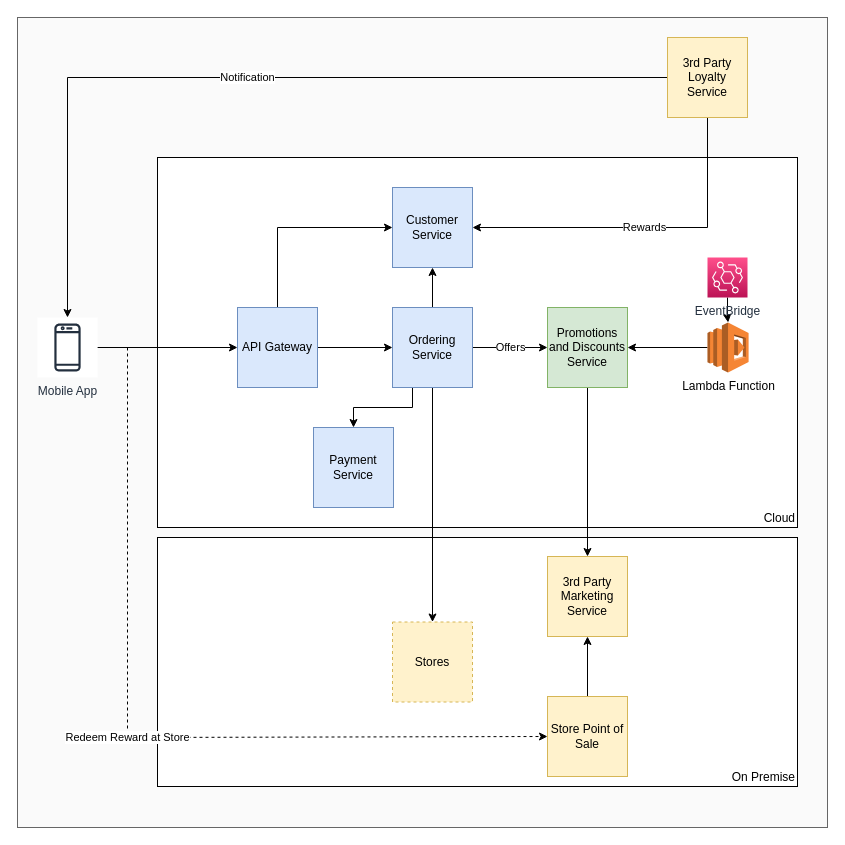
The draw.io diagram PromotionsDiscountsRewards.drawio in ApurvProjects/Diagrams, before the edit. Source tidied: cells renumbered, new cells numbered last; positions are measured from the earlier drawing's top-left corner, leaving out a move shared by most shapes. Both pictures are drawn from the tidied source at 100%, with x=0, y=0 at pixel (17, 17).
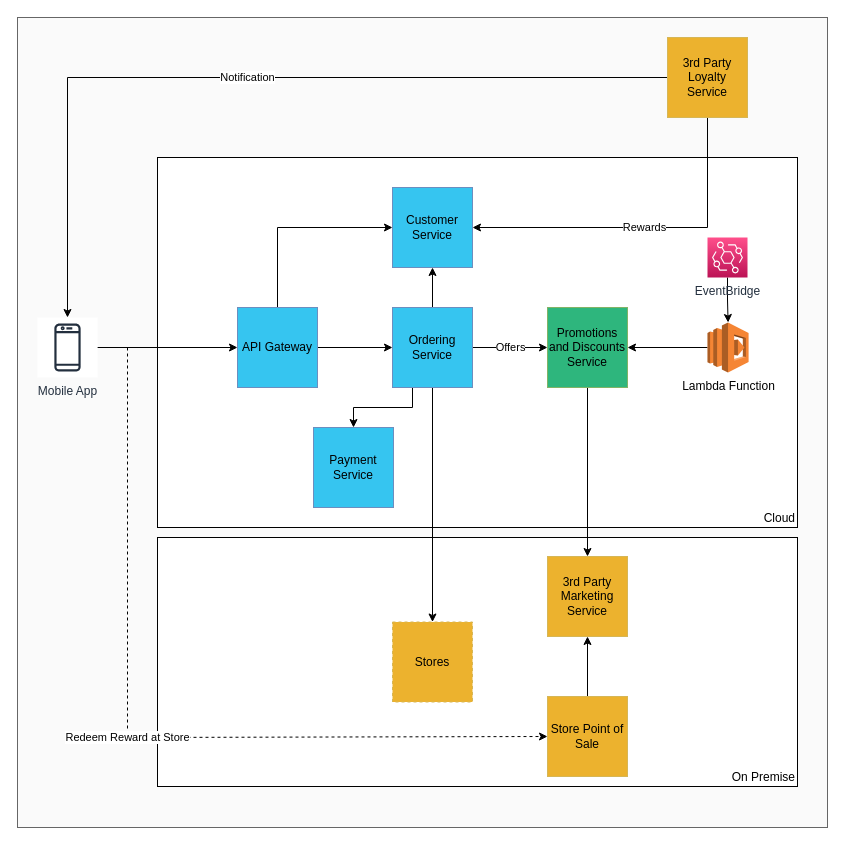
The same diagram, later.

Change to the diagram source:
```diff
@@
-    <mxCell id="10" value="API Gateway" style="whiteSpace=wrap;html=1;fillColor=#dae8fc;strokeColor=#6c8ebf;" parent="1" vertex="1">
+    <mxCell id="10" value="API Gateway" style="whiteSpace=wrap;html=1;fillColor=#36C5F0;strokeColor=#6c8ebf;" parent="1" vertex="1">
       <mxGeometry x="220" y="290" width="80" height="80" as="geometry" />
     </mxCell>
@@
-    <mxCell id="15" value="Ordering Service" style="whiteSpace=wrap;html=1;fillColor=#dae8fc;strokeColor=#6c8ebf;" parent="1" vertex="1">
+    <mxCell id="15" value="Ordering Service" style="whiteSpace=wrap;html=1;fillColor=#36C5F0;strokeColor=#6c8ebf;" parent="1" vertex="1">
       <mxGeometry x="375" y="290" width="80" height="80" as="geometry" />
     </mxCell>
@@
-    <mxCell id="17" value="Promotions and Discounts Service" style="whiteSpace=wrap;html=1;fillColor=#d5e8d4;strokeColor=#82b366;" parent="1" vertex="1">
+    <mxCell id="17" value="Promotions and Discounts Service" style="whiteSpace=wrap;html=1;fillColor=#2eb67d;strokeColor=#82b366;" parent="1" vertex="1">
       <mxGeometry x="530" y="290" width="80" height="80" as="geometry" />
     </mxCell>
-    <mxCell id="18" value="3rd Party Marketing Service" style="whiteSpace=wrap;html=1;fillColor=#fff2cc;strokeColor=#d6b656;" parent="1" vertex="1">
+    <mxCell id="18" value="3rd Party Marketing Service" style="whiteSpace=wrap;html=1;fillColor=#ECB22E;strokeColor=#d6b656;" parent="1" vertex="1">
       <mxGeometry x="530" y="539" width="80" height="80" as="geometry" />
     </mxCell>
-    <mxCell id="19" value="Customer Service" style="whiteSpace=wrap;html=1;fillColor=#dae8fc;strokeColor=#6c8ebf;" parent="1" vertex="1">
+    <mxCell id="19" value="Customer Service" style="whiteSpace=wrap;html=1;fillColor=#36c5f0;strokeColor=#6c8ebf;" parent="1" vertex="1">
       <mxGeometry x="375" y="170" width="80" height="80" as="geometry" />
     </mxCell>
@@
-    <mxCell id="22" value="3rd Party Loyalty Service" style="whiteSpace=wrap;html=1;fillColor=#fff2cc;strokeColor=#d6b656;" parent="1" vertex="1">
+    <mxCell id="22" value="3rd Party Loyalty Service" style="whiteSpace=wrap;html=1;fillColor=#ecb22e;strokeColor=#d6b656;" parent="1" vertex="1">
       <mxGeometry x="650" y="20" width="80" height="80" as="geometry" />
     </mxCell>
-    <mxCell id="23" value="Stores" style="whiteSpace=wrap;html=1;dashed=1;fillColor=#fff2cc;strokeColor=#d6b656;" parent="1" vertex="1">
+    <mxCell id="23" value="Stores" style="whiteSpace=wrap;html=1;dashed=1;fillColor=#ECB22E;strokeColor=#d6b656;" parent="1" vertex="1">
       <mxGeometry x="375" y="604.5" width="80" height="80" as="geometry" />
     </mxCell>
@@
-    <mxCell id="25" value="Store Point of Sale" style="whiteSpace=wrap;html=1;fillColor=#fff2cc;strokeColor=#d6b656;" parent="1" vertex="1">
+    <mxCell id="25" value="Store Point of Sale" style="whiteSpace=wrap;html=1;fillColor=#ECB22E;strokeColor=#d6b656;" parent="1" vertex="1">
       <mxGeometry x="530" y="679" width="80" height="80" as="geometry" />
     </mxCell>
-    <mxCell id="26" value="Payment Service" style="whiteSpace=wrap;html=1;fillColor=#dae8fc;strokeColor=#6c8ebf;" parent="1" vertex="1">
+    <mxCell id="26" value="Payment Service" style="whiteSpace=wrap;html=1;fillColor=#36C5F0;strokeColor=#6c8ebf;" parent="1" vertex="1">
       <mxGeometry x="296" y="410" width="80" height="80" as="geometry" />
     </mxCell>
@@
     <mxCell id="28" value="EventBridge" style="sketch=0;points=[[0,0,0],[0.25,0,0],[0.5,0,0],[0.75,0,0],[1,0,0],[0,1,0],[0.25,1,0],[0.5,1,0],[0.75,1,0],[1,1,0],[0,0.25,0],[0,0.5,0],[0,0.75,0],[1,0.25,0],[1,0.5,0],[1,0.75,0]];outlineConnect=0;fontColor=#232F3E;gradientColor=#FF4F8B;gradientDirection=north;fillColor=#BC1356;strokeColor=#ffffff;dashed=0;verticalLabelPosition=bottom;verticalAlign=top;align=center;html=1;fontSize=12;fontStyle=0;shape=mxgraph.aws4.resourceIcon;resIcon=mxgraph.aws4.eventbridge;" parent="1" vertex="1">
-      <mxGeometry x="690" y="240" width="40" height="40" as="geometry" />
+      <mxGeometry x="690" y="220" width="40" height="40" as="geometry" />
     </mxCell>
```
